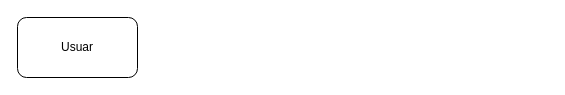
Above: src/SAEP2024.drawio in pedroxvereadorbotcha/SAEP2024 (draw.io), before the change. Source tidied: cells renumbered, new cells numbered last; positions are measured from the earlier drawing's top-left corner, leaving out a move shared by most shapes. Both pictures are drawn from the tidied source at 100%, with x=0, y=0 at pixel (17, 17).
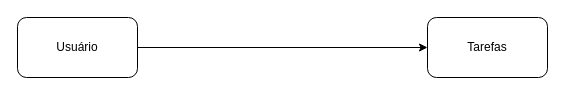
After the change.

Change to the diagram source:
```diff
@@
 <mxGraphModel>
   <root>
     <mxCell id="0" />
     <mxCell id="1" parent="0" />
+    <mxCell id="3" style="edgeStyle=orthogonalEdgeStyle;rounded=0;jettySize=auto;html=1;entryX=0;entryY=0.5;entryDx=0;entryDy=0;" parent="1" edge="1" source="2" target="4">
+      <mxGeometry relative="1" as="geometry" />
+    </mxCell>
-    <mxCell id="2" value="Usuar" style="rounded=1;whiteSpace=wrap;html=1;" parent="1" vertex="1">
+    <mxCell id="2" value="Usuário" style="rounded=1;whiteSpace=wrap;html=1;" parent="1" vertex="1">
       <mxGeometry width="120" height="60" as="geometry" />
     </mxCell>
+    <mxCell id="4" value="Tarefas" style="rounded=1;whiteSpace=wrap;html=1;" parent="1" vertex="1">
+      <mxGeometry x="410" width="120" height="60" as="geometry" />
+    </mxCell>
   </root>
 </mxGraphModel>
```
